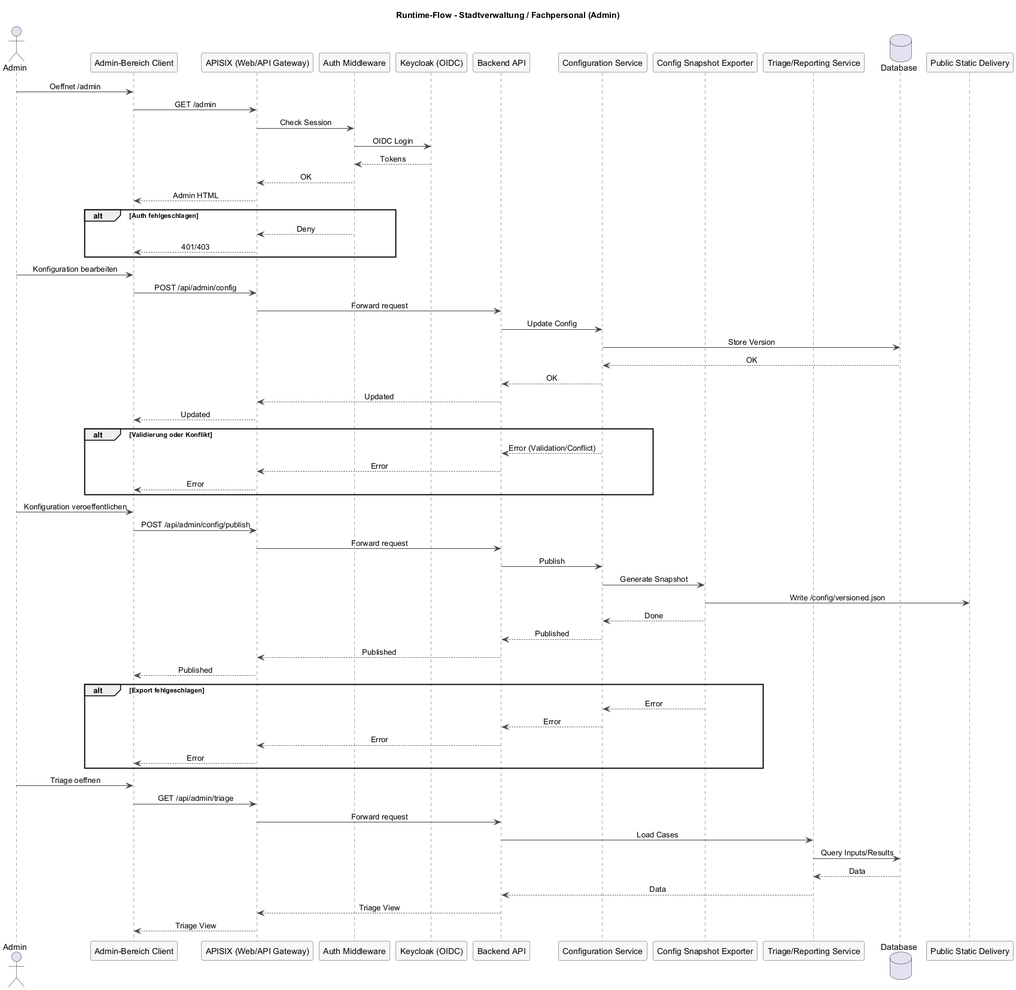
Above: docs/architecture/attachments/runtime-flow-admin.png in csi-FOXBYTE/Regensburg_DigitalerEnergieZwilling_Backend (PlantUML), before the change.
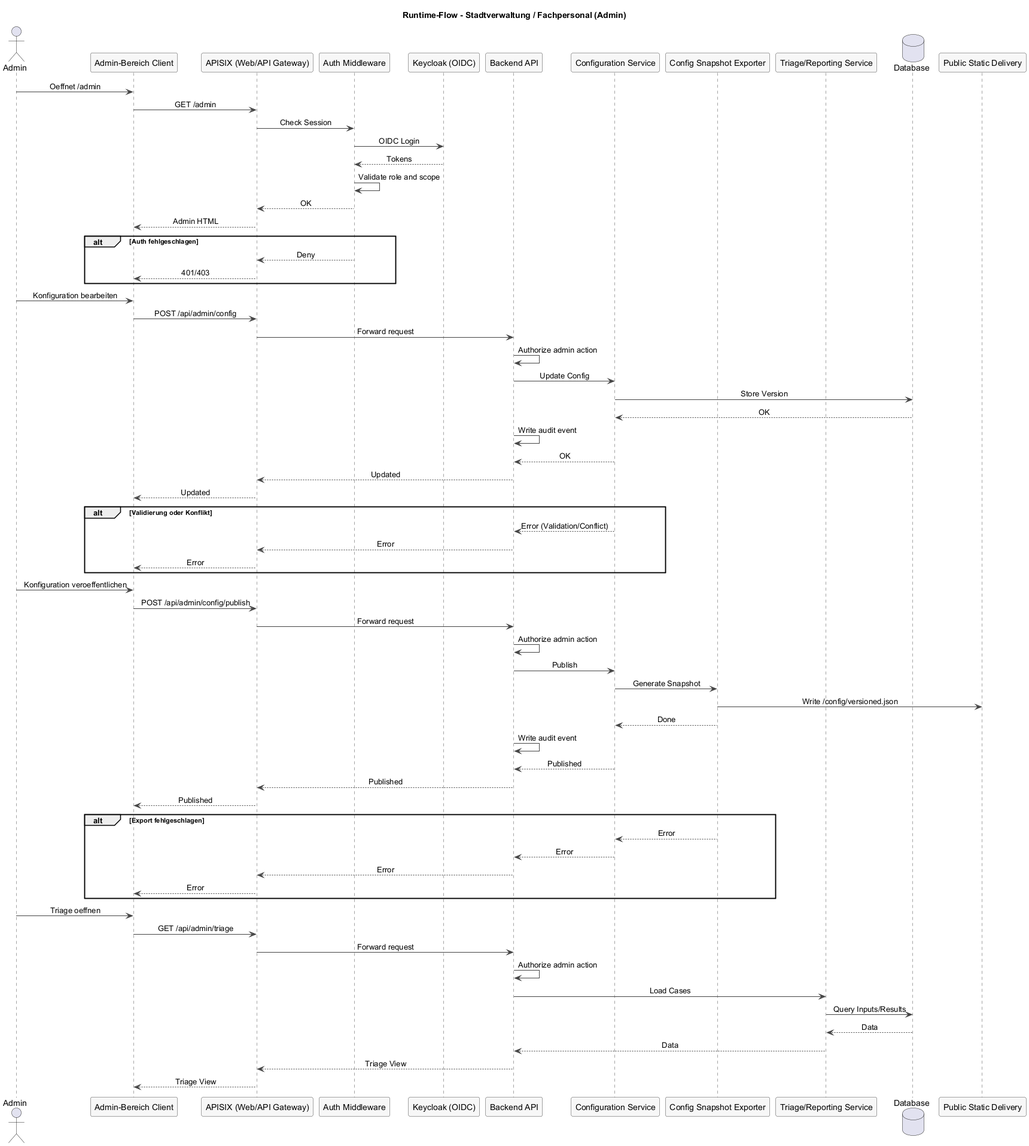
The same diagram one commit later.

Change to the diagram source:
```diff
@@ -29,6 +29,7 @@
 gateway -> auth: Check Session
 auth -> keycloak: OIDC Login
 keycloak --> auth: Tokens
+auth -> auth: Validate role and scope
 auth --> gateway: OK
 gateway --> client: Admin HTML
 
@@ -40,9 +41,11 @@
 admin -> client: Konfiguration bearbeiten
 client -> gateway: POST /api/admin/config
 gateway -> api: Forward request
+api -> api: Authorize admin action
 api -> config: Update Config
 config -> db: Store Version
 db --> config: OK
+api -> api: Write audit event
 config --> api: OK
 api --> gateway: Updated
 gateway --> client: Updated
@@ -56,10 +59,12 @@
 admin -> client: Konfiguration veroeffentlichen
 client -> gateway: POST /api/admin/config/publish
 gateway -> api: Forward request
+api -> api: Authorize admin action
 api -> config: Publish
 config -> export: Generate Snapshot
 export -> public_static: Write /config/versioned.json
 export --> config: Done
+api -> api: Write audit event
 config --> api: Published
 api --> gateway: Published
 gateway --> client: Published
@@ -74,6 +79,7 @@
 admin -> client: Triage oeffnen
 client -> gateway: GET /api/admin/triage
 gateway -> api: Forward request
+api -> api: Authorize admin action
 api -> triage: Load Cases
 triage -> db: Query Inputs/Results
 db --> triage: Data
```
